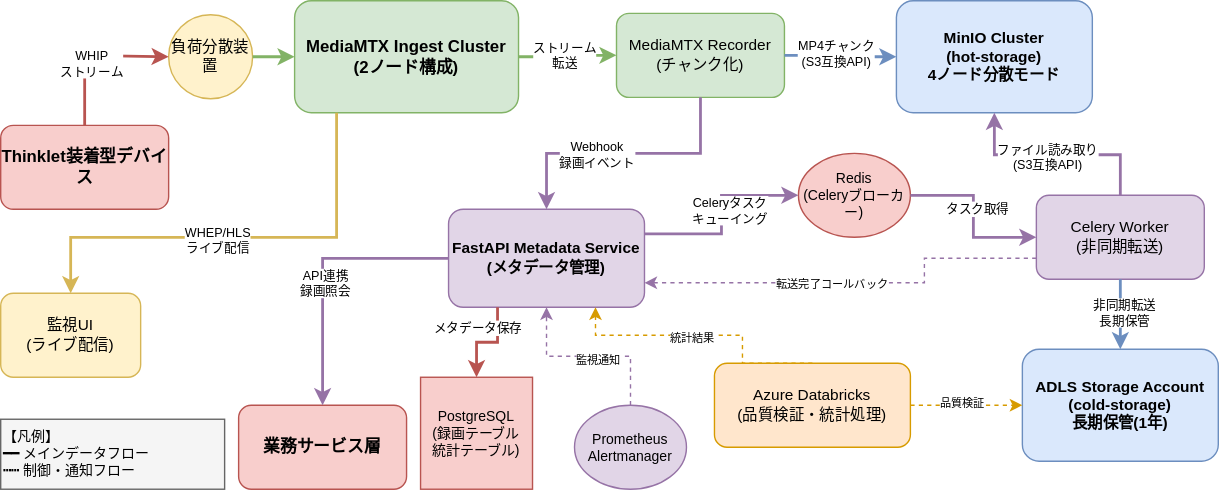
Above: docs/03000_設計書/03020_配信・記録層設計/03022_配信・記録層詳細設計/配信・記録層システム関連図.svg in daichiTAAA/AirakuVision (draw.io), before the change. Source tidied: cells renumbered, new cells last; positions are measured from the earlier drawing's top-left corner, leaving out a move shared by most shapes. The source it was exported from:
```xml
<mxGraphModel background="#ffffff">
  <root>
    <mxCell id="0" />
    <mxCell id="1" parent="0" />
    <mxCell id="2" value="Thinklet装着型デバイス" style="rounded=1;whiteSpace=wrap;html=1;fillColor=#f8cecc;strokeColor=#b85450;fontSize=12;fontStyle=1;" parent="1" vertex="1">
      <mxGeometry y="89" width="120" height="60" as="geometry" />
    </mxCell>
    <mxCell id="3" value="MediaMTX Ingest Cluster&#10;(2ノード構成)" style="rounded=1;whiteSpace=wrap;html=1;fillColor=#d5e8d4;strokeColor=#82b366;fontSize=12;fontStyle=1;" parent="1" vertex="1">
      <mxGeometry x="210" width="160" height="80" as="geometry" />
    </mxCell>
    <mxCell id="4" value="負荷分散装置" style="ellipse;whiteSpace=wrap;html=1;fillColor=#fff2cc;strokeColor=#d6b656;fontSize=11;" parent="1" vertex="1">
      <mxGeometry x="120" y="10" width="60" height="60" as="geometry" />
    </mxCell>
    <mxCell id="5" value="MediaMTX Recorder&#10;(チャンク化)" style="rounded=1;whiteSpace=wrap;html=1;fillColor=#d5e8d4;strokeColor=#82b366;fontSize=11;" parent="1" vertex="1">
      <mxGeometry x="440" y="9" width="120" height="60" as="geometry" />
    </mxCell>
    <mxCell id="6" value="MinIO Cluster&#10;(hot-storage)&#10;4ノード分散モード" style="rounded=1;whiteSpace=wrap;html=1;fillColor=#dae8fc;strokeColor=#6c8ebf;fontSize=11;fontStyle=1;" parent="1" vertex="1">
      <mxGeometry x="640" width="140" height="80" as="geometry" />
    </mxCell>
    <mxCell id="7" value="FastAPI Metadata Service&#10;(メタデータ管理)" style="rounded=1;whiteSpace=wrap;html=1;fillColor=#e1d5e7;strokeColor=#9673a6;fontSize=11;fontStyle=1;" parent="1" vertex="1">
      <mxGeometry x="320" y="149" width="140" height="70" as="geometry" />
    </mxCell>
    <mxCell id="8" value="PostgreSQL&#10;(録画テーブル&#10;統計テーブル)" style="cylinder3;whiteSpace=wrap;html=1;boundedLbl=1;backgroundOutline=1;size=15;fillColor=#f8cecc;strokeColor=#b85450;fontSize=10;" parent="1" vertex="1">
      <mxGeometry x="300" y="269" width="80" height="80" as="geometry" />
    </mxCell>
    <mxCell id="9" value="Celery Worker&lt;div&gt;(非同期転送)&lt;/div&gt;" style="rounded=1;whiteSpace=wrap;html=1;fillColor=#e1d5e7;strokeColor=#9673a6;fontSize=11;" parent="1" vertex="1">
      <mxGeometry x="740" y="139" width="120" height="60" as="geometry" />
    </mxCell>
    <mxCell id="10" value="Redis&lt;div&gt;(Celeryブローカー)&lt;/div&gt;" style="ellipse;whiteSpace=wrap;html=1;fillColor=#f8cecc;strokeColor=#b85450;fontSize=10;" parent="1" vertex="1">
      <mxGeometry x="570" y="109" width="80" height="60" as="geometry" />
    </mxCell>
    <mxCell id="11" value="ADLS Storage Account&#10;(cold-storage)&#10;長期保管(1年)" style="rounded=1;whiteSpace=wrap;html=1;fillColor=#dae8fc;strokeColor=#6c8ebf;fontSize=11;fontStyle=1;" parent="1" vertex="1">
      <mxGeometry x="730" y="249" width="140" height="80" as="geometry" />
    </mxCell>
    <mxCell id="12" value="Azure Databricks&#10;(品質検証・統計処理)" style="rounded=1;whiteSpace=wrap;html=1;fillColor=#ffe6cc;strokeColor=#d79b00;fontSize=11;" parent="1" vertex="1">
      <mxGeometry x="510" y="259" width="140" height="60" as="geometry" />
    </mxCell>
    <mxCell id="13" value="業務サービス層" style="rounded=1;whiteSpace=wrap;html=1;fillColor=#f8cecc;strokeColor=#b85450;fontSize=12;fontStyle=1;" parent="1" vertex="1">
      <mxGeometry x="170" y="289" width="120" height="60" as="geometry" />
    </mxCell>
    <mxCell id="14" value="監視UI&#10;(ライブ配信)" style="rounded=1;whiteSpace=wrap;html=1;fillColor=#fff2cc;strokeColor=#d6b656;fontSize=11;" parent="1" vertex="1">
      <mxGeometry y="209" width="100" height="60" as="geometry" />
    </mxCell>
    <mxCell id="15" value="Prometheus&#10;Alertmanager" style="ellipse;whiteSpace=wrap;html=1;fillColor=#e1d5e7;strokeColor=#9673a6;fontSize=10;" parent="1" vertex="1">
      <mxGeometry x="410" y="289" width="80" height="60" as="geometry" />
    </mxCell>
    <mxCell id="16" style="edgeStyle=orthogonalEdgeStyle;rounded=0;jettySize=auto;html=1;strokeWidth=2;strokeColor=#b85450;entryX=0;entryY=0.5;entryDx=0;entryDy=0;" parent="1" edge="1" source="2" target="4">
      <mxGeometry relative="1" as="geometry">
        <Array as="points">
          <mxPoint x="60" y="39" />
          <mxPoint x="120" y="39" />
        </Array>
      </mxGeometry>
    </mxCell>
    <mxCell id="17" value="WHIP&#10;ストリーム" style="edgeLabel;html=1;align=center;verticalAlign=middle;fontSize=9;" parent="16" vertex="1">
      <mxGeometry x="-0.2" y="-1" relative="1" as="geometry">
        <mxPoint x="3" y="-1" as="offset" />
      </mxGeometry>
    </mxCell>
    <mxCell id="18" style="edgeStyle=orthogonalEdgeStyle;rounded=0;jettySize=auto;html=1;strokeWidth=2;strokeColor=#82b366;" parent="1" edge="1" source="4" target="3">
      <mxGeometry relative="1" as="geometry" />
    </mxCell>
    <mxCell id="19" style="edgeStyle=orthogonalEdgeStyle;rounded=0;jettySize=auto;html=1;strokeWidth=2;strokeColor=#82b366;" parent="1" edge="1" source="3" target="5">
      <mxGeometry relative="1" as="geometry" />
    </mxCell>
    <mxCell id="20" value="ストリーム&#10;転送" style="edgeLabel;html=1;align=center;verticalAlign=middle;fontSize=9;" parent="19" vertex="1">
      <mxGeometry x="-0.1" y="2" relative="1" as="geometry" />
    </mxCell>
    <mxCell id="21" style="edgeStyle=orthogonalEdgeStyle;rounded=0;jettySize=auto;html=1;strokeWidth=2;strokeColor=#6c8ebf;" parent="1" edge="1" source="5" target="6">
      <mxGeometry relative="1" as="geometry" />
    </mxCell>
    <mxCell id="22" value="MP4チャンク&#10;(S3互換API)" style="edgeLabel;html=1;align=center;verticalAlign=middle;fontSize=9;" parent="21" vertex="1">
      <mxGeometry x="-0.1" y="2" relative="1" as="geometry" />
    </mxCell>
    <mxCell id="23" style="edgeStyle=orthogonalEdgeStyle;rounded=0;jettySize=auto;html=1;strokeWidth=2;strokeColor=#9673a6;jumpStyle=line;jumpSize=10;entryX=0.5;entryY=0;entryDx=0;entryDy=0;" parent="1" edge="1" source="5" target="7">
      <mxGeometry relative="1" as="geometry" />
    </mxCell>
    <mxCell id="24" value="Webhook&#10;録画イベント" style="edgeLabel;html=1;align=center;verticalAlign=middle;fontSize=9;" parent="23" vertex="1">
      <mxGeometry x="0.1" y="1" relative="1" as="geometry">
        <mxPoint x="-10" y="-1" as="offset" />
      </mxGeometry>
    </mxCell>
    <mxCell id="25" style="edgeStyle=elbowEdgeStyle;rounded=0;jettySize=auto;html=1;strokeWidth=2;strokeColor=#b85450;exitX=0.25;exitY=1;exitDx=0;exitDy=0;entryX=0.5;entryY=0;entryDx=0;entryDy=0;elbow=vertical;" parent="1" edge="1" source="7" target="8">
      <mxGeometry relative="1" as="geometry" />
    </mxCell>
    <mxCell id="26" value="メタデータ保存" style="edgeLabel;html=1;align=center;verticalAlign=middle;fontSize=9;" parent="25" vertex="1">
      <mxGeometry x="0.2" y="1" relative="1" as="geometry">
        <mxPoint x="-1" y="-12" as="offset" />
      </mxGeometry>
    </mxCell>
    <mxCell id="27" style="edgeStyle=elbowEdgeStyle;rounded=0;jettySize=auto;html=1;strokeWidth=2;strokeColor=#9673a6;entryX=0;entryY=0.5;entryDx=0;entryDy=0;exitX=1;exitY=0.25;exitDx=0;exitDy=0;" parent="1" edge="1" source="7" target="10">
      <mxGeometry relative="1" as="geometry" />
    </mxCell>
    <mxCell id="28" value="Celeryタスク&#10;キューイング" style="edgeLabel;html=1;align=center;verticalAlign=middle;fontSize=9;" parent="27" vertex="1">
      <mxGeometry x="0.1" y="1" relative="1" as="geometry">
        <mxPoint x="6" y="4" as="offset" />
      </mxGeometry>
    </mxCell>
    <mxCell id="29" style="edgeStyle=elbowEdgeStyle;rounded=0;jettySize=auto;html=1;strokeWidth=2;strokeColor=#9673a6;entryX=0;entryY=0.5;entryDx=0;entryDy=0;" parent="1" edge="1" source="10" target="9">
      <mxGeometry relative="1" as="geometry" />
    </mxCell>
    <mxCell id="30" value="タスク取得" style="edgeLabel;html=1;align=center;verticalAlign=middle;fontSize=9;" parent="29" vertex="1">
      <mxGeometry x="-0.1" y="2" relative="1" as="geometry" />
    </mxCell>
    <mxCell id="31" style="edgeStyle=elbowEdgeStyle;rounded=0;jettySize=auto;html=1;strokeWidth=2;strokeColor=#9673a6;entryX=0.5;entryY=1;entryDx=0;entryDy=0;exitX=0.5;exitY=0;exitDx=0;exitDy=0;elbow=vertical;" parent="1" edge="1" source="9" target="6">
      <mxGeometry relative="1" as="geometry" />
    </mxCell>
    <mxCell id="32" value="ファイル読み取り&#10;(S3互換API)" style="edgeLabel;html=1;align=center;verticalAlign=middle;fontSize=9;" parent="31" vertex="1">
      <mxGeometry x="0.1" y="1" relative="1" as="geometry" />
    </mxCell>
    <mxCell id="33" style="edgeStyle=orthogonalEdgeStyle;rounded=0;jettySize=auto;html=1;strokeWidth=2;strokeColor=#6c8ebf;" parent="1" edge="1" source="9" target="11">
      <mxGeometry relative="1" as="geometry" />
    </mxCell>
    <mxCell id="34" value="非同期転送&#10;長期保管" style="edgeLabel;html=1;align=center;verticalAlign=middle;fontSize=9;" parent="33" vertex="1">
      <mxGeometry x="-0.1" y="2" relative="1" as="geometry" />
    </mxCell>
    <mxCell id="35" style="edgeStyle=orthogonalEdgeStyle;rounded=0;jettySize=auto;html=1;strokeWidth=1;strokeColor=#9673a6;dashed=1;jumpStyle=line;jumpSize=10;entryX=1;entryY=0.75;entryDx=0;entryDy=0;exitX=0;exitY=0.75;exitDx=0;exitDy=0;" parent="1" edge="1" source="9" target="7">
      <mxGeometry relative="1" as="geometry">
        <Array as="points">
          <mxPoint x="660" y="184" />
          <mxPoint x="660" y="202" />
        </Array>
      </mxGeometry>
    </mxCell>
    <mxCell id="36" value="転送完了コールバック" style="edgeLabel;html=1;align=center;verticalAlign=middle;fontSize=8;" parent="35" vertex="1">
      <mxGeometry x="0.1" y="1" relative="1" as="geometry" />
    </mxCell>
    <mxCell id="37" style="edgeStyle=orthogonalEdgeStyle;rounded=0;jettySize=auto;html=1;strokeWidth=1;strokeColor=#d79b00;dashed=1;" parent="1" edge="1" source="12" target="11">
      <mxGeometry relative="1" as="geometry" />
    </mxCell>
    <mxCell id="38" value="品質検証" style="edgeLabel;html=1;align=center;verticalAlign=middle;fontSize=8;" parent="37" vertex="1">
      <mxGeometry x="-0.1" y="2" relative="1" as="geometry" />
    </mxCell>
    <mxCell id="39" style="edgeStyle=orthogonalEdgeStyle;rounded=0;jettySize=auto;html=1;strokeWidth=1;strokeColor=#d79b00;dashed=1;entryX=0.75;entryY=1;entryDx=0;entryDy=0;exitX=0.5;exitY=0;exitDx=0;exitDy=0;" parent="1" edge="1" source="12" target="7">
      <mxGeometry relative="1" as="geometry">
        <Array as="points">
          <mxPoint x="530" y="239" />
          <mxPoint x="425" y="239" />
        </Array>
      </mxGeometry>
    </mxCell>
    <mxCell id="40" value="統計結果" style="edgeLabel;html=1;align=center;verticalAlign=middle;fontSize=8;" parent="39" vertex="1">
      <mxGeometry x="0.1" y="1" relative="1" as="geometry" />
    </mxCell>
    <mxCell id="41" style="edgeStyle=orthogonalEdgeStyle;rounded=0;jettySize=auto;html=1;strokeWidth=2;strokeColor=#9673a6;exitX=0;exitY=0.5;exitDx=0;exitDy=0;entryX=0.5;entryY=0;entryDx=0;entryDy=0;" parent="1" edge="1" source="7" target="13">
      <mxGeometry relative="1" as="geometry">
        <Array as="points">
          <mxPoint x="230" y="184" />
        </Array>
      </mxGeometry>
    </mxCell>
    <mxCell id="42" value="API連携&#10;録画照会" style="edgeLabel;html=1;align=center;verticalAlign=middle;fontSize=9;" parent="41" vertex="1">
      <mxGeometry x="0.1" y="1" relative="1" as="geometry" />
    </mxCell>
    <mxCell id="43" style="edgeStyle=orthogonalEdgeStyle;rounded=0;jettySize=auto;html=1;strokeWidth=2;strokeColor=#d6b656;jumpStyle=line;jumpSize=10;" parent="1" edge="1" source="3" target="14">
      <mxGeometry relative="1" as="geometry">
        <Array as="points">
          <mxPoint x="240" y="169" />
          <mxPoint x="50" y="169" />
        </Array>
      </mxGeometry>
    </mxCell>
    <mxCell id="44" value="WHEP/HLS&#10;ライブ配信" style="edgeLabel;html=1;align=center;verticalAlign=middle;fontSize=9;" parent="43" vertex="1">
      <mxGeometry x="0.1" y="1" relative="1" as="geometry" />
    </mxCell>
    <mxCell id="45" style="edgeStyle=orthogonalEdgeStyle;rounded=0;jettySize=auto;html=1;strokeWidth=1;strokeColor=#9673a6;dashed=1;" parent="1" edge="1" source="15" target="7">
      <mxGeometry relative="1" as="geometry" />
    </mxCell>
    <mxCell id="46" value="監視通知" style="edgeLabel;html=1;align=center;verticalAlign=middle;fontSize=8;" parent="45" vertex="1">
      <mxGeometry x="-0.1" y="2" relative="1" as="geometry" />
    </mxCell>
    <mxCell id="47" value="【凡例】&lt;br&gt;━━ メインデータフロー&lt;br&gt;┅┅ 制御・通知フロー" style="rounded=0;whiteSpace=wrap;html=1;fillColor=#f5f5f5;strokeColor=#666666;fontSize=10;align=left;verticalAlign=top;" parent="1" vertex="1">
      <mxGeometry y="299" width="160" height="50" as="geometry" />
    </mxCell>
  </root>
</mxGraphModel>
```
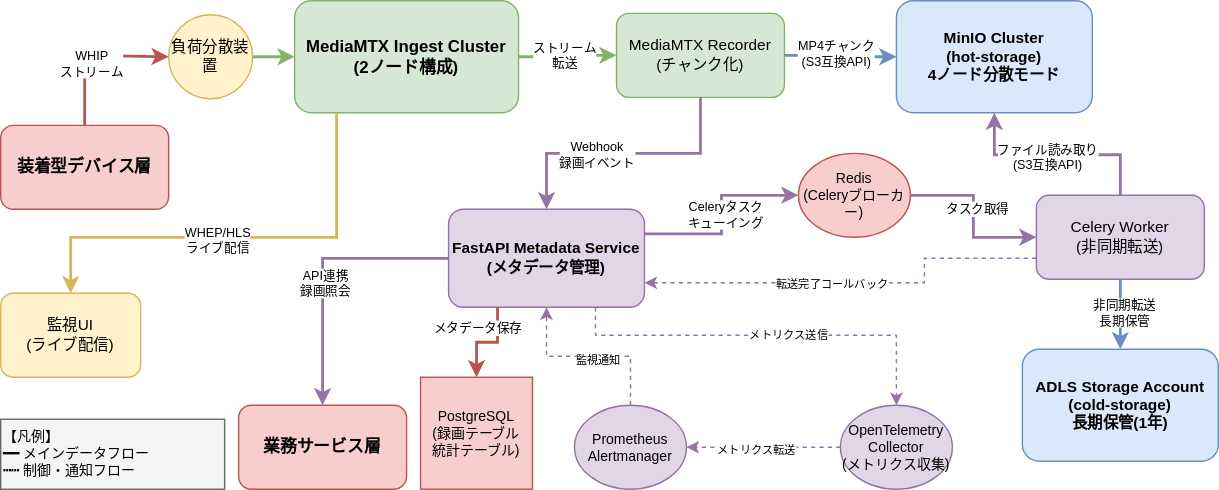
After the change.

What changed in the source:
```diff
@@ -2,7 +2,7 @@
   <root>
     <mxCell id="0" />
     <mxCell id="1" parent="0" />
-    <mxCell id="2" value="Thinklet装着型デバイス" style="rounded=1;whiteSpace=wrap;html=1;fillColor=#f8cecc;strokeColor=#b85450;fontSize=12;fontStyle=1;" parent="1" vertex="1">
+    <mxCell id="2" value="装着型デバイス層" style="rounded=1;whiteSpace=wrap;html=1;fillColor=#f8cecc;strokeColor=#b85450;fontSize=12;fontStyle=1;" parent="1" vertex="1">
       <mxGeometry y="89" width="120" height="60" as="geometry" />
     </mxCell>
     <mxCell id="3" value="MediaMTX Ingest Cluster&#10;(2ノード構成)" style="rounded=1;whiteSpace=wrap;html=1;fillColor=#d5e8d4;strokeColor=#82b366;fontSize=12;fontStyle=1;" parent="1" vertex="1">
@@ -32,9 +32,9 @@
     <mxCell id="11" value="ADLS Storage Account&#10;(cold-storage)&#10;長期保管(1年)" style="rounded=1;whiteSpace=wrap;html=1;fillColor=#dae8fc;strokeColor=#6c8ebf;fontSize=11;fontStyle=1;" parent="1" vertex="1">
       <mxGeometry x="730" y="249" width="140" height="80" as="geometry" />
     </mxCell>
-    <mxCell id="12" value="Azure Databricks&#10;(品質検証・統計処理)" style="rounded=1;whiteSpace=wrap;html=1;fillColor=#ffe6cc;strokeColor=#d79b00;fontSize=11;" parent="1" vertex="1">
-      <mxGeometry x="510" y="259" width="140" height="60" as="geometry" />
-    </mxCell>
+    <mxCell id="48" value="OpenTelemetry Collector&lt;div&gt;(メトリクス収集)&lt;/div&gt;" style="ellipse;whiteSpace=wrap;html=1;fillColor=#e1d5e7;strokeColor=#9673a6;fontSize=10;" parent="1" vertex="1">
+      <mxGeometry x="600" y="289" width="80" height="60" as="geometry" />
+    </mxCell>
     <mxCell id="13" value="業務サービス層" style="rounded=1;whiteSpace=wrap;html=1;fillColor=#f8cecc;strokeColor=#b85450;fontSize=12;fontStyle=1;" parent="1" vertex="1">
       <mxGeometry x="170" y="289" width="120" height="60" as="geometry" />
     </mxCell>
@@ -93,7 +93,7 @@
     </mxCell>
     <mxCell id="28" value="Celeryタスク&#10;キューイング" style="edgeLabel;html=1;align=center;verticalAlign=middle;fontSize=9;" parent="27" vertex="1">
       <mxGeometry x="0.1" y="1" relative="1" as="geometry">
-        <mxPoint x="6" y="4" as="offset" />
+        <mxPoint x="3" y="7" as="offset" />
       </mxGeometry>
     </mxCell>
     <mxCell id="29" style="edgeStyle=elbowEdgeStyle;rounded=0;jettySize=auto;html=1;strokeWidth=2;strokeColor=#9673a6;entryX=0;entryY=0.5;entryDx=0;entryDy=0;" parent="1" edge="1" source="10" target="9">
@@ -125,23 +125,22 @@
     <mxCell id="36" value="転送完了コールバック" style="edgeLabel;html=1;align=center;verticalAlign=middle;fontSize=8;" parent="35" vertex="1">
       <mxGeometry x="0.1" y="1" relative="1" as="geometry" />
     </mxCell>
-    <mxCell id="37" style="edgeStyle=orthogonalEdgeStyle;rounded=0;jettySize=auto;html=1;strokeWidth=1;strokeColor=#d79b00;dashed=1;" parent="1" edge="1" source="12" target="11">
-      <mxGeometry relative="1" as="geometry" />
-    </mxCell>
-    <mxCell id="38" value="品質検証" style="edgeLabel;html=1;align=center;verticalAlign=middle;fontSize=8;" parent="37" vertex="1">
-      <mxGeometry x="-0.1" y="2" relative="1" as="geometry" />
-    </mxCell>
-    <mxCell id="39" style="edgeStyle=orthogonalEdgeStyle;rounded=0;jettySize=auto;html=1;strokeWidth=1;strokeColor=#d79b00;dashed=1;entryX=0.75;entryY=1;entryDx=0;entryDy=0;exitX=0.5;exitY=0;exitDx=0;exitDy=0;" parent="1" edge="1" source="12" target="7">
-      <mxGeometry relative="1" as="geometry">
-        <Array as="points">
-          <mxPoint x="530" y="239" />
-          <mxPoint x="425" y="239" />
-        </Array>
-      </mxGeometry>
-    </mxCell>
-    <mxCell id="40" value="統計結果" style="edgeLabel;html=1;align=center;verticalAlign=middle;fontSize=8;" parent="39" vertex="1">
-      <mxGeometry x="0.1" y="1" relative="1" as="geometry" />
-    </mxCell>
+    <mxCell id="49" style="edgeStyle=elbowEdgeStyle;rounded=0;jettySize=auto;html=1;strokeWidth=1;strokeColor=#9673a6;dashed=1;entryX=0.5;entryY=0;entryDx=0;entryDy=0;exitX=0.75;exitY=1;exitDx=0;exitDy=0;elbow=vertical;" parent="1" edge="1" source="7" target="48">
+      <mxGeometry relative="1" as="geometry">
+        <Array as="points">
+          <mxPoint x="540" y="239" />
+        </Array>
+      </mxGeometry>
+    </mxCell>
+    <mxCell id="50" value="メトリクス送信" style="edgeLabel;html=1;align=center;verticalAlign=middle;fontSize=8;" parent="49" vertex="1">
+      <mxGeometry x="0.1" y="1" relative="1" as="geometry" />
+    </mxCell>
+    <mxCell id="51" style="edgeStyle=elbowEdgeStyle;rounded=0;jettySize=auto;html=1;strokeWidth=1;strokeColor=#9673a6;dashed=1;elbow=vertical;" parent="1" edge="1" source="48" target="15">
+      <mxGeometry relative="1" as="geometry" />
+    </mxCell>
+    <mxCell id="52" value="メトリクス転送" style="edgeLabel;html=1;align=center;verticalAlign=middle;fontSize=8;" parent="51" vertex="1">
+      <mxGeometry x="0.1" y="1" relative="1" as="geometry" />
+    </mxCell>
     <mxCell id="41" style="edgeStyle=orthogonalEdgeStyle;rounded=0;jettySize=auto;html=1;strokeWidth=2;strokeColor=#9673a6;exitX=0;exitY=0.5;exitDx=0;exitDy=0;entryX=0.5;entryY=0;entryDx=0;entryDy=0;" parent="1" edge="1" source="7" target="13">
       <mxGeometry relative="1" as="geometry">
         <Array as="points">
```
